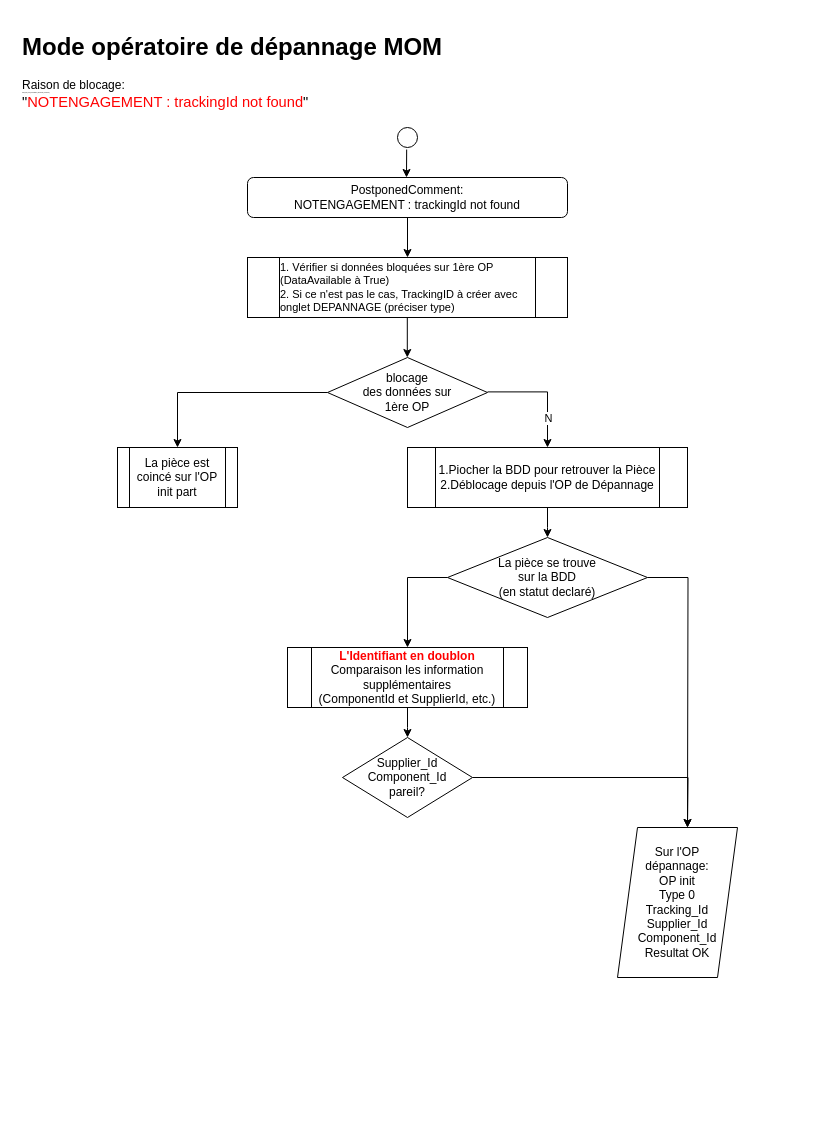
The draw.io diagram Diagramme sans nom.drawio.xml in arashmorteza/Diagrams, before the edit. Source tidied: cells renumbered, new cells numbered last; positions are measured from the earlier drawing's top-left corner, leaving out a move shared by most shapes. Both pictures are drawn from the tidied source at 100%, with x=0, y=0 at pixel (17, 27).
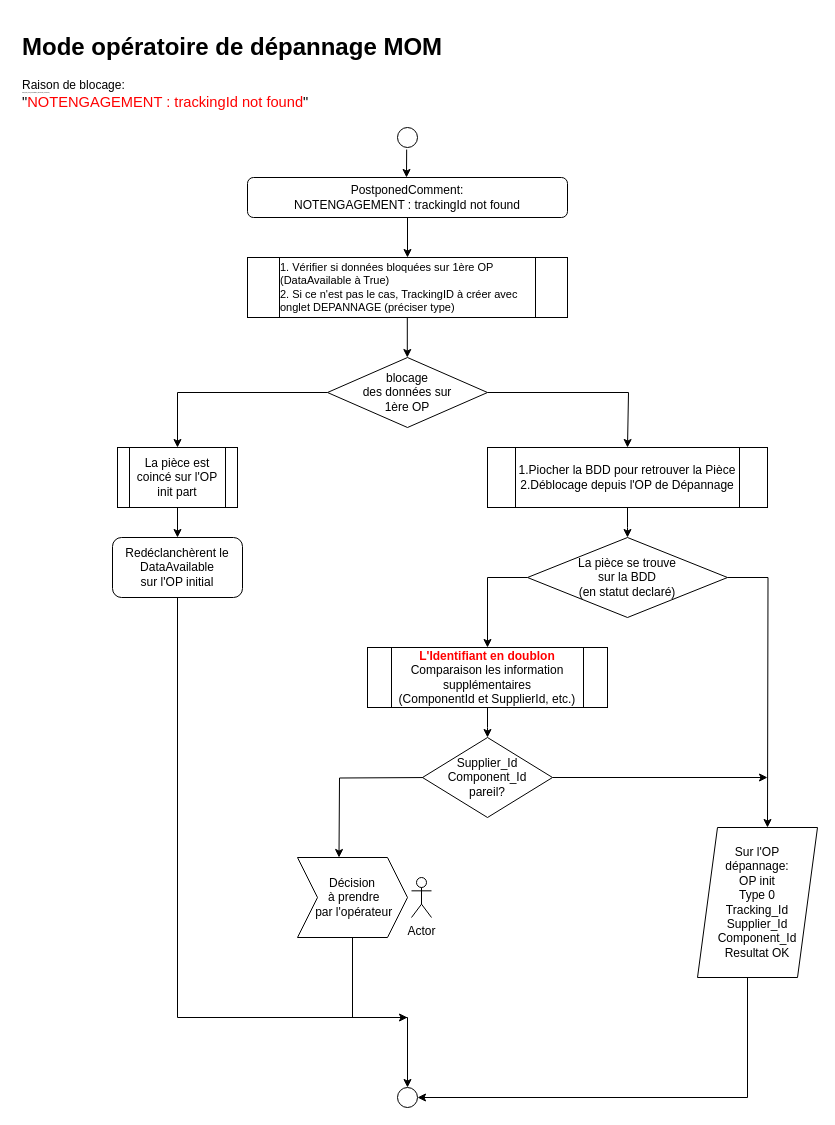
The same page after the edit.

Commit message:
Mettre à jour Diagramme sans nom.drawio.xml

The change refers to these unchanged cells:
```xml
<mxCell id="11" value="blocage &lt;br&gt;des données sur &lt;br&gt;1ère OP" style="rhombus;whiteSpace=wrap;html=1;" parent="1" vertex="1">
  <mxGeometry x="310" y="330" width="160" height="70" as="geometry" />
</mxCell>
<mxCell id="13" value="La pièce est coincé sur l'OP init part" style="shape=process;whiteSpace=wrap;html=1;backgroundOutline=1;" parent="1" vertex="1">
  <mxGeometry x="100" y="420" width="120" height="60" as="geometry" />
</mxCell>
```

Change to the diagram source:
```diff
@@
-    <mxCell id="8" style="edgeStyle=orthogonalEdgeStyle;rounded=0;jettySize=auto;html=1;entryX=0.5;entryY=0;entryDx=0;entryDy=0;" parent="1" edge="1" target="16">
-      <mxGeometry relative="1" as="geometry">
-        <mxPoint x="470" y="364.4" as="sourcePoint" />
-        <Array as="points">
-          <mxPoint x="530" y="364" />
-        </Array>
-      </mxGeometry>
-    </mxCell>
-    <mxCell id="9" value="N" style="edgeLabel;html=1;align=center;verticalAlign=middle;" parent="8" vertex="1">
-      <mxGeometry x="0.26" relative="1" as="geometry">
-        <mxPoint y="13" as="offset" />
-      </mxGeometry>
-    </mxCell>
@@
+    <mxCell id="24" style="edgeStyle=orthogonalEdgeStyle;rounded=0;jettySize=auto;html=1;entryX=0.5;entryY=0;entryDx=0;entryDy=0;" parent="1" edge="1" source="11" target="16">
+      <mxGeometry relative="1" as="geometry">
+        <Array as="points">
+          <mxPoint x="611" y="365" />
+        </Array>
+      </mxGeometry>
+    </mxCell>
@@
+    <mxCell id="25" style="edgeStyle=orthogonalEdgeStyle;rounded=0;jettySize=auto;html=1;" parent="1" edge="1" source="13" target="30">
+      <mxGeometry relative="1" as="geometry" />
+    </mxCell>
@@
+    <mxCell id="26" style="edgeStyle=orthogonalEdgeStyle;rounded=0;jettySize=auto;html=1;entryX=1;entryY=0.5;entryDx=0;entryDy=0;" parent="1" edge="1" source="14" target="34">
+      <mxGeometry relative="1" as="geometry">
+        <Array as="points">
+          <mxPoint x="730" y="1070" />
+        </Array>
+      </mxGeometry>
+    </mxCell>
     <mxCell id="14" value="Sur l'OP &lt;br&gt;dépannage:&lt;br&gt;OP init&lt;br&gt;Type 0&lt;br&gt;Tracking_Id&lt;br&gt;Supplier_Id&lt;br&gt;Component_Id&lt;br&gt;Resultat OK" style="shape=parallelogram;perimeter=parallelogramPerimeter;whiteSpace=wrap;html=1;fixedSize=1;" parent="1" vertex="1">
-      <mxGeometry x="600" y="800" width="120" height="150" as="geometry" />
+      <mxGeometry x="680" y="800" width="120" height="150" as="geometry" />
     </mxCell>
     <mxCell id="15" style="edgeStyle=orthogonalEdgeStyle;rounded=0;jettySize=auto;html=1;exitX=0.5;exitY=1;exitDx=0;exitDy=0;" parent="1" edge="1" source="16" target="20">
       <mxGeometry relative="1" as="geometry">
         <Array as="points">
-          <mxPoint x="530" y="500" />
-          <mxPoint x="530" y="500" />
+          <mxPoint x="610" y="500" />
+          <mxPoint x="610" y="500" />
         </Array>
       </mxGeometry>
     </mxCell>
     <mxCell id="16" value="1.Piocher la BDD pour retrouver la Pièce&lt;br&gt;2.Déblocage depuis l'OP de Dépannage" style="shape=process;whiteSpace=wrap;html=1;backgroundOutline=1;" parent="1" vertex="1">
-      <mxGeometry x="390" y="420" width="280" height="60" as="geometry" />
+      <mxGeometry x="470" y="420" width="280" height="60" as="geometry" />
     </mxCell>
-    <mxCell id="17" style="edgeStyle=orthogonalEdgeStyle;rounded=0;jettySize=auto;html=1;exitX=1;exitY=0.5;exitDx=0;exitDy=0;" parent="1" edge="1" source="18">
-      <mxGeometry relative="1" as="geometry">
-        <mxPoint x="670" y="800" as="targetPoint" />
-      </mxGeometry>
-    </mxCell>
+    <mxCell id="27" style="edgeStyle=orthogonalEdgeStyle;rounded=0;jettySize=auto;html=1;exitX=1;exitY=0.5;exitDx=0;exitDy=0;" parent="1" edge="1" source="18">
+      <mxGeometry relative="1" as="geometry">
+        <mxPoint x="750" y="750" as="targetPoint" />
+      </mxGeometry>
+    </mxCell>
+    <mxCell id="28" style="edgeStyle=orthogonalEdgeStyle;rounded=0;orthogonalLoop=1;jettySize=auto;html=1;entryX=0.5;entryY=0;entryDx=0;entryDy=0;" parent="1" edge="1">
+      <mxGeometry relative="1" as="geometry">
+        <mxPoint x="414" y="750" as="sourcePoint" />
+        <mxPoint x="321.5" y="830" as="targetPoint" />
+      </mxGeometry>
+    </mxCell>
     <mxCell id="18" value="Supplier_Id&lt;br style=&quot;border-color: var(--border-color);&quot;&gt;Component_Id&lt;br&gt;pareil?" style="rhombus;whiteSpace=wrap;html=1;" parent="1" vertex="1">
-      <mxGeometry x="325" y="710" width="130" height="80" as="geometry" />
+      <mxGeometry x="405" y="710" width="130" height="80" as="geometry" />
     </mxCell>
     <mxCell id="19" style="edgeStyle=orthogonalEdgeStyle;rounded=0;jettySize=auto;html=1;exitX=1;exitY=0.5;exitDx=0;exitDy=0;" parent="1" edge="1" source="20">
       <mxGeometry relative="1" as="geometry">
-        <mxPoint x="670" y="800" as="targetPoint" />
+        <mxPoint x="750" y="800" as="targetPoint" />
       </mxGeometry>
     </mxCell>
     <mxCell id="20" value="La pièce se trouve &lt;br&gt;sur la BDD &lt;br&gt;(en statut declaré)" style="rhombus;whiteSpace=wrap;html=1;" parent="1" vertex="1">
-      <mxGeometry x="430" y="510" width="200" height="80" as="geometry" />
+      <mxGeometry x="510" y="510" width="200" height="80" as="geometry" />
     </mxCell>
     <mxCell id="21" style="endArrow=classic;html=1;rounded=0;entryX=0.5;entryY=0;entryDx=0;entryDy=0;" parent="1" edge="1" target="23">
       <mxGeometry relative="1" as="geometry">
-        <mxPoint x="430" y="550" as="sourcePoint" />
+        <mxPoint x="510" y="550" as="sourcePoint" />
         <Array as="points">
-          <mxPoint x="390" y="550" />
+          <mxPoint x="470" y="550" />
         </Array>
       </mxGeometry>
     </mxCell>
     <mxCell id="22" style="edgeStyle=orthogonalEdgeStyle;rounded=0;jettySize=auto;html=1;" parent="1" edge="1" source="23">
       <mxGeometry relative="1" as="geometry">
-        <mxPoint x="390" y="710" as="targetPoint" />
+        <mxPoint x="470" y="710" as="targetPoint" />
       </mxGeometry>
     </mxCell>
     <mxCell id="23" value="&lt;font color=&quot;#ff0000&quot;&gt;&lt;b&gt;L'Identifiant en doublon&lt;/b&gt;&lt;br&gt;&lt;/font&gt;Comparaison les information supplémentaires&lt;br&gt;(ComponentId et SupplierId, etc.)" style="shape=process;whiteSpace=wrap;html=1;backgroundOutline=1;" parent="1" vertex="1">
-      <mxGeometry x="270" y="620" width="240" height="60" as="geometry" />
+      <mxGeometry x="350" y="620" width="240" height="60" as="geometry" />
     </mxCell>
+    <mxCell id="29" style="edgeStyle=orthogonalEdgeStyle;rounded=0;jettySize=auto;html=1;exitX=0.5;exitY=1;exitDx=0;exitDy=0;" parent="1" edge="1" source="30">
+      <mxGeometry relative="1" as="geometry">
+        <mxPoint x="390" y="990" as="targetPoint" />
+        <Array as="points">
+          <mxPoint x="160" y="990" />
+        </Array>
+      </mxGeometry>
+    </mxCell>
+    <mxCell id="30" value="Redéclanchèrent le DataAvailable&lt;br&gt;sur l'OP initial" style="rounded=1;whiteSpace=wrap;html=1;horizontal=1;verticalAlign=middle;" parent="1" vertex="1">
+      <mxGeometry x="95" y="510" width="130" height="60" as="geometry" />
+    </mxCell>
+    <mxCell id="31" style="edgeStyle=orthogonalEdgeStyle;rounded=0;jettySize=auto;html=1;entryX=0.5;entryY=0;entryDx=0;entryDy=0;" parent="1" edge="1" source="32" target="34">
+      <mxGeometry relative="1" as="geometry">
+        <Array as="points">
+          <mxPoint x="335" y="990" />
+          <mxPoint x="390" y="990" />
+        </Array>
+      </mxGeometry>
+    </mxCell>
+    <mxCell id="32" value="Décision&lt;br&gt;&amp;nbsp;à prendre&lt;br&gt;&amp;nbsp;par l'opérateur" style="shape=step;perimeter=stepPerimeter;whiteSpace=wrap;html=1;fixedSize=1;" parent="1" vertex="1">
+      <mxGeometry x="280" y="830" width="110" height="80" as="geometry" />
+    </mxCell>
+    <mxCell id="33" value="Actor" style="shape=umlActor;verticalLabelPosition=bottom;verticalAlign=top;html=1;" parent="1" vertex="1">
+      <mxGeometry x="394" y="850" width="20" height="40" as="geometry" />
+    </mxCell>
+    <mxCell id="34" style="ellipse;whiteSpace=wrap;html=1;" parent="1" vertex="1">
+      <mxGeometry x="380" y="1060" width="20" height="20" as="geometry" />
+    </mxCell>
```
